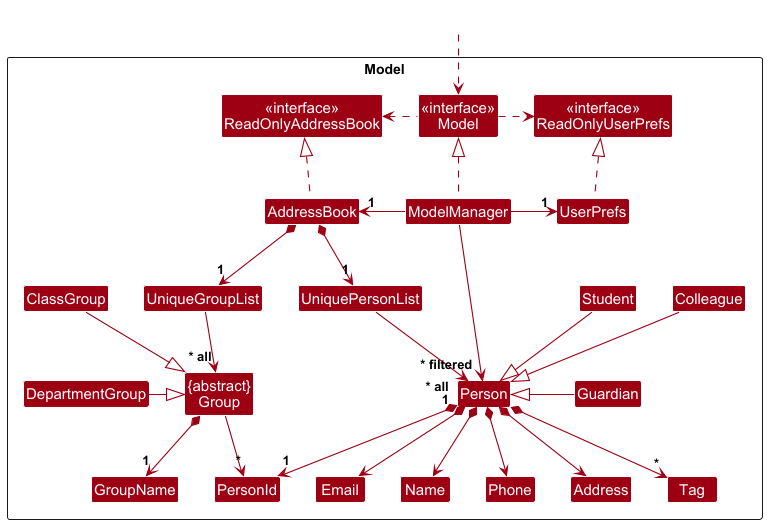
Above: docs/images/ModelClassDiagram.png in AY2627S1-CS2103T-T11-3/tp (PlantUML), before the change.
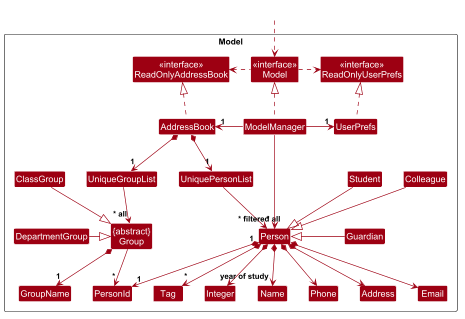
Above is the later version.

Commit message:
Update developer guide

Change to the diagram source:
```diff
@@ -20,6 +20,7 @@
 Class Phone
 Class Tag
 Class PersonId
+Class Integer
 
 Class Student
 Class Guardian
@@ -55,6 +56,7 @@
 Person *--> Address
 Person *--> "*" Tag
 Person "1" *--> "1" PersonId
+Person *--> "year of study" Integer
 
 Student --|> Person
 Guardian -left-|> Person
```
